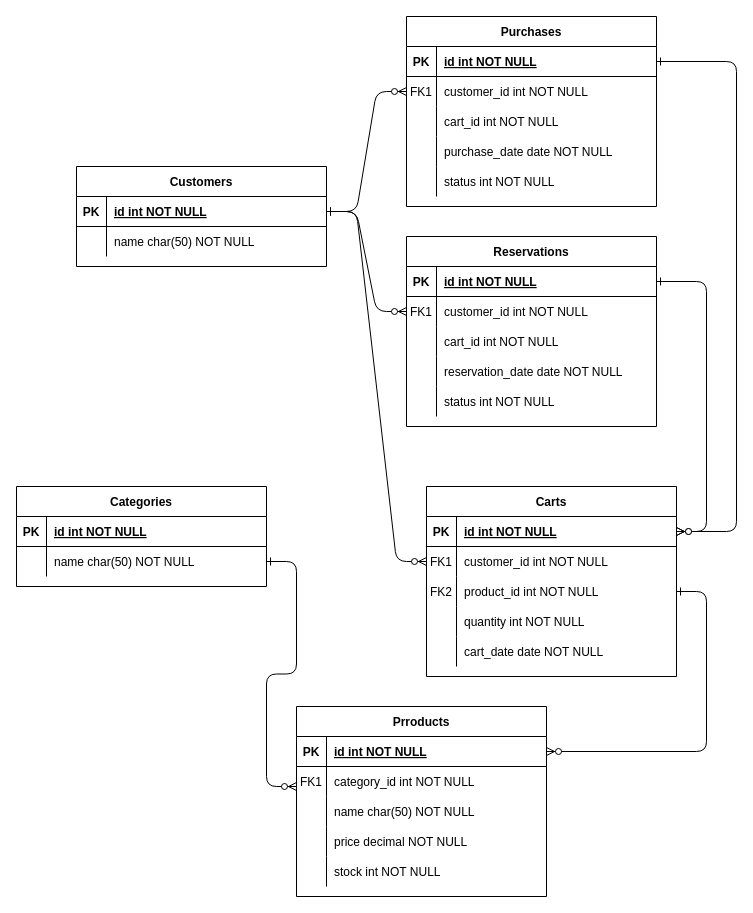
tskxz/loja-suplementos keeps this draw.io diagram as docs/planeamento/Modelo ER/diagramas/loja_suplementos.drawio. Above is the earlier version. Source tidied: cells renumbered, new cells numbered last; positions are measured from the earlier drawing's top-left corner, leaving out a move shared by most shapes. Both pictures are drawn from the tidied source at 100%, with x=0, y=0 at pixel (16, 16).
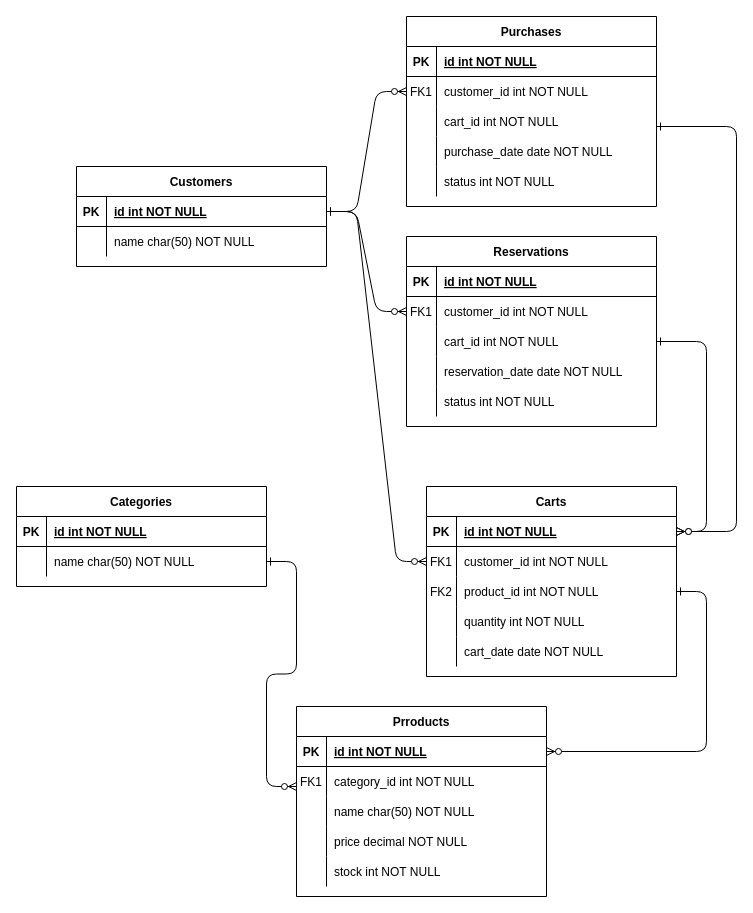
Above is the later version.

Unchanged cells that the change refers to:
```xml
<mxCell id="4" style="shape=partialRectangle;fillColor=none;points=[[0,0.5],[1,0.5]];portConstraint=eastwest;top=0;left=0;right=0;bottom=1;" parent="3" vertex="1">
  <mxGeometry y="30" width="250" height="30" as="geometry" />
</mxCell>
<mxCell id="10" style="shape=partialRectangle;fillColor=none;points=[[0,0.5],[1,0.5]];portConstraint=eastwest;top=0;left=0;right=0;bottom=0;" parent="3" vertex="1">
  <mxGeometry y="90" width="250" height="30" as="geometry" />
</mxCell>
<mxCell id="20" style="shape=partialRectangle;fillColor=none;points=[[0,0.5],[1,0.5]];portConstraint=eastwest;top=0;left=0;right=0;bottom=1;" parent="19" vertex="1">
  <mxGeometry y="30" width="250" height="30" as="geometry" />
</mxCell>
<mxCell id="68" style="shape=partialRectangle;fillColor=none;points=[[0,0.5],[1,0.5]];portConstraint=eastwest;top=0;left=0;right=0;bottom=1;" parent="67" vertex="1">
  <mxGeometry y="30" width="250" height="30" as="geometry" />
</mxCell>
<mxCell id="74" style="shape=partialRectangle;fillColor=none;points=[[0,0.5],[1,0.5]];portConstraint=eastwest;top=0;left=0;right=0;bottom=0;" parent="67" vertex="1">
  <mxGeometry y="90" width="250" height="30" as="geometry" />
</mxCell>
```

What changed in the source:
```diff
@@
-    <mxCell id="58" style="edgeStyle=entityRelationEdgeStyle;endArrow=ERzeroToMany;startArrow=ERone;endFill=1;startFill=0;" parent="1" edge="1" source="4" target="20">
+    <mxCell id="58" style="edgeStyle=entityRelationEdgeStyle;endArrow=ERzeroToMany;startArrow=ERone;endFill=1;startFill=0;" parent="1" edge="1" source="10" target="20">
       <mxGeometry relative="1" as="geometry" />
     </mxCell>
@@
-    <mxCell id="86" style="edgeStyle=orthogonalEdgeStyle;endArrow=ERzeroToMany;startArrow=ERone;endFill=1;startFill=0;exitX=1;exitY=0.5;exitDx=0;exitDy=0;" parent="1" edge="1" source="68" target="20">
+    <mxCell id="86" style="edgeStyle=orthogonalEdgeStyle;endArrow=ERzeroToMany;startArrow=ERone;endFill=1;startFill=0;" parent="1" edge="1" source="74" target="20">
       <mxGeometry relative="1" as="geometry">
         <Array as="points">
-          <mxPoint x="720" y="45" />
+          <mxPoint x="720" y="110" />
           <mxPoint x="720" y="515" />
         </Array>
       </mxGeometry>
     </mxCell>
```
